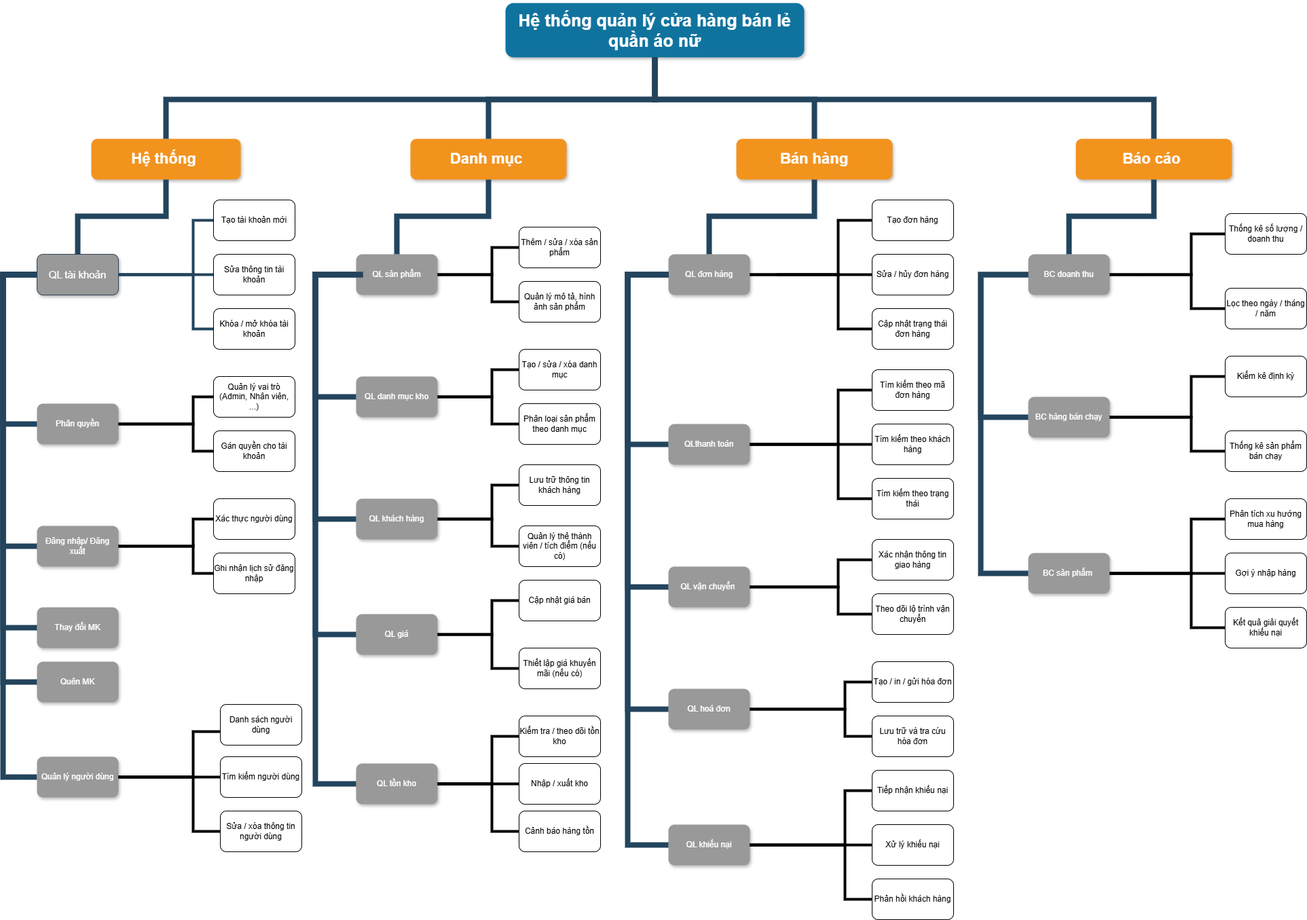
Before: clothesShop.drawio.png, a diagram exported from draw.io (Vulien/Diagram). Source tidied: cells renumbered, new cells last; positions are measured from the earlier drawing's top-left corner, leaving out a move shared by most shapes.
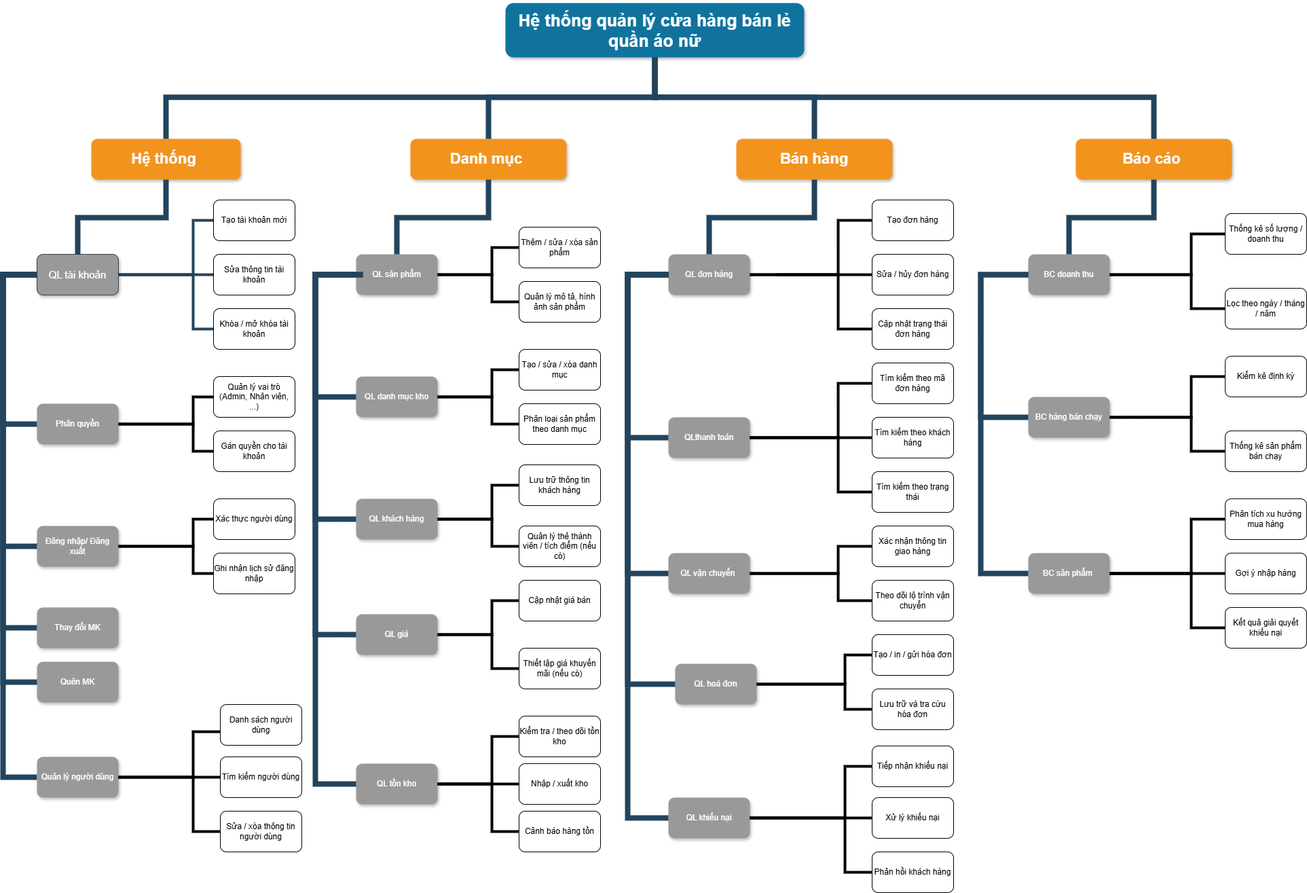
Above is the later version.

Diff of the diagram source:
```diff
@@ -132,13 +132,13 @@
       <mxGeometry x="1080" y="370" width="120" height="60" as="geometry" />
     </mxCell>
     <mxCell id="27" value="QLthanh toán" style="whiteSpace=wrap;rounded=1;fillColor=#999999;strokeColor=none;shadow=1;fontColor=#FFFFFF;fontStyle=0;" parent="1" vertex="1">
-      <mxGeometry x="1080" y="620" width="120" height="60" as="geometry" />
+      <mxGeometry x="1080" y="610" width="120" height="60" as="geometry" />
     </mxCell>
     <mxCell id="28" value="QL vận chuyển " style="whiteSpace=wrap;rounded=1;fillColor=#999999;strokeColor=none;shadow=1;fontColor=#FFFFFF;fontStyle=0;" parent="1" vertex="1">
-      <mxGeometry x="1080" y="830" width="120" height="60" as="geometry" />
+      <mxGeometry x="1080" y="810" width="120" height="60" as="geometry" />
     </mxCell>
     <mxCell id="29" value="QL hoá đơn" style="whiteSpace=wrap;rounded=1;fillColor=#999999;strokeColor=none;shadow=1;fontColor=#FFFFFF;fontStyle=0;" parent="1" vertex="1">
-      <mxGeometry x="1080" y="1010" width="120" height="60" as="geometry" />
+      <mxGeometry x="1090" y="973" width="120" height="60" as="geometry" />
     </mxCell>
     <mxCell id="30" style="edgeStyle=elbowEdgeStyle;elbow=horizontal;rounded=0;fontColor=#000000;endArrow=none;endFill=0;strokeWidth=8;strokeColor=#23445D;" parent="1" edge="1" source="26" target="28">
       <mxGeometry relative="1" as="geometry">
@@ -492,13 +492,13 @@
       <mxGeometry x="1380" y="450" width="120" height="60" as="geometry" />
     </mxCell>
     <mxCell id="96" value="Tìm kiếm theo mã đơn hàng" style="rounded=1;whiteSpace=wrap;html=1;" parent="1" vertex="1">
-      <mxGeometry x="1380" y="540" width="120" height="60" as="geometry" />
+      <mxGeometry x="1380" y="530" width="120" height="60" as="geometry" />
     </mxCell>
     <mxCell id="97" value="Tìm kiếm theo khách hàng" style="rounded=1;whiteSpace=wrap;html=1;" parent="1" vertex="1">
-      <mxGeometry x="1380" y="620" width="120" height="60" as="geometry" />
+      <mxGeometry x="1380" y="610" width="120" height="60" as="geometry" />
     </mxCell>
     <mxCell id="98" value="Tìm kiếm theo trạng thái" style="rounded=1;whiteSpace=wrap;html=1;" parent="1" vertex="1">
-      <mxGeometry x="1380" y="700" width="120" height="60" as="geometry" />
+      <mxGeometry x="1380" y="690" width="120" height="60" as="geometry" />
     </mxCell>
     <mxCell id="99" style="endArrow=none;html=1;rounded=0;exitX=1;exitY=0.5;exitDx=0;exitDy=0;entryX=0;entryY=0.5;entryDx=0;entryDy=0;strokeWidth=4;" parent="1" edge="1" source="27" target="97">
       <mxGeometry relative="1" as="geometry" />
@@ -506,60 +506,60 @@
     <mxCell id="100" style="endArrow=none;html=1;rounded=0;strokeWidth=4;exitX=1;exitY=0.5;exitDx=0;exitDy=0;entryX=0;entryY=0.5;entryDx=0;entryDy=0;" parent="1" edge="1" source="27" target="96">
       <mxGeometry relative="1" as="geometry">
         <Array as="points">
-          <mxPoint x="1330" y="650" />
-          <mxPoint x="1330" y="570" />
+          <mxPoint x="1330" y="640" />
+          <mxPoint x="1330" y="560" />
         </Array>
       </mxGeometry>
     </mxCell>
     <mxCell id="101" style="endArrow=none;html=1;rounded=0;strokeWidth=4;exitX=1;exitY=0.5;exitDx=0;exitDy=0;entryX=0;entryY=0.5;entryDx=0;entryDy=0;" parent="1" edge="1" source="27" target="98">
       <mxGeometry relative="1" as="geometry">
         <Array as="points">
-          <mxPoint x="1330" y="650" />
-          <mxPoint x="1330" y="730" />
+          <mxPoint x="1330" y="640" />
+          <mxPoint x="1330" y="720" />
         </Array>
       </mxGeometry>
     </mxCell>
     <mxCell id="102" value="Xác nhận thông tin giao hàng" style="rounded=1;whiteSpace=wrap;html=1;" parent="1" vertex="1">
-      <mxGeometry x="1380" y="790" width="120" height="60" as="geometry" />
+      <mxGeometry x="1380" y="770" width="120" height="60" as="geometry" />
     </mxCell>
     <mxCell id="103" value="Theo dõi lộ trình vận chuyển" style="rounded=1;whiteSpace=wrap;html=1;" parent="1" vertex="1">
-      <mxGeometry x="1380" y="870" width="120" height="60" as="geometry" />
+      <mxGeometry x="1380" y="850" width="120" height="60" as="geometry" />
     </mxCell>
     <mxCell id="104" value="Tạo / in / gửi hóa đơn" style="rounded=1;whiteSpace=wrap;html=1;" parent="1" vertex="1">
-      <mxGeometry x="1380" y="970" width="120" height="60" as="geometry" />
+      <mxGeometry x="1380" y="930" width="120" height="60" as="geometry" />
     </mxCell>
     <mxCell id="105" value="Lưu trữ và tra cứu hóa đơn" style="rounded=1;whiteSpace=wrap;html=1;" parent="1" vertex="1">
-      <mxGeometry x="1380" y="1050" width="120" height="60" as="geometry" />
+      <mxGeometry x="1380" y="1010" width="120" height="60" as="geometry" />
     </mxCell>
     <mxCell id="106" style="endArrow=none;html=1;rounded=0;exitX=1;exitY=0.5;exitDx=0;exitDy=0;entryX=0;entryY=0.5;entryDx=0;entryDy=0;strokeWidth=4;" parent="1" edge="1" source="28" target="102">
       <mxGeometry relative="1" as="geometry">
         <Array as="points">
-          <mxPoint x="1330" y="860" />
-          <mxPoint x="1330" y="820" />
+          <mxPoint x="1330" y="840" />
+          <mxPoint x="1330" y="800" />
         </Array>
       </mxGeometry>
     </mxCell>
     <mxCell id="107" style="endArrow=none;html=1;rounded=0;entryX=0;entryY=0.5;entryDx=0;entryDy=0;strokeWidth=4;exitX=1;exitY=0.5;exitDx=0;exitDy=0;" parent="1" edge="1" source="28" target="103">
       <mxGeometry relative="1" as="geometry">
         <Array as="points">
-          <mxPoint x="1330" y="860" />
-          <mxPoint x="1330" y="900" />
+          <mxPoint x="1330" y="840" />
+          <mxPoint x="1330" y="880" />
         </Array>
       </mxGeometry>
     </mxCell>
     <mxCell id="108" style="endArrow=none;html=1;rounded=0;entryX=0;entryY=0.5;entryDx=0;entryDy=0;strokeWidth=4;exitX=1;exitY=0.5;exitDx=0;exitDy=0;" parent="1" edge="1" source="29" target="104">
       <mxGeometry relative="1" as="geometry">
         <Array as="points">
-          <mxPoint x="1340" y="1040" />
-          <mxPoint x="1340" y="1000" />
+          <mxPoint x="1340" y="1003" />
+          <mxPoint x="1340" y="960" />
         </Array>
       </mxGeometry>
     </mxCell>
     <mxCell id="109" style="endArrow=none;html=1;rounded=0;entryX=0;entryY=0.5;entryDx=0;entryDy=0;strokeWidth=4;exitX=1;exitY=0.5;exitDx=0;exitDy=0;" parent="1" edge="1" source="29" target="105">
       <mxGeometry relative="1" as="geometry">
         <Array as="points">
+          <mxPoint x="1340" y="1003" />
           <mxPoint x="1340" y="1040" />
-          <mxPoint x="1340" y="1080" />
         </Array>
       </mxGeometry>
     </mxCell>
@@ -625,7 +625,7 @@
       <mxGeometry x="1900" y="810" width="120" height="60" as="geometry" />
     </mxCell>
     <mxCell id="122" value="QL khiếu nại" style="whiteSpace=wrap;rounded=1;fillColor=#999999;strokeColor=none;shadow=1;fontColor=#FFFFFF;fontStyle=0;" parent="1" vertex="1">
-      <mxGeometry x="1080" y="1210" width="120" height="60" as="geometry" />
+      <mxGeometry x="1080" y="1170" width="120" height="60" as="geometry" />
     </mxCell>
     <mxCell id="123" style="edgeStyle=orthogonalEdgeStyle;rounded=0;orthogonalLoop=1;jettySize=auto;html=1;exitX=0.5;exitY=1;exitDx=0;exitDy=0;" parent="1" edge="1" source="104" target="104">
       <mxGeometry relative="1" as="geometry" />
@@ -640,13 +640,13 @@
       </mxGeometry>
     </mxCell>
     <mxCell id="125" value="Tiếp nhận khiếu nại" style="rounded=1;whiteSpace=wrap;html=1;" parent="1" vertex="1">
-      <mxGeometry x="1380" y="1130" width="120" height="60" as="geometry" />
+      <mxGeometry x="1380" y="1094" width="120" height="60" as="geometry" />
     </mxCell>
     <mxCell id="126" value="Xử lý khiếu nại" style="rounded=1;whiteSpace=wrap;html=1;" parent="1" vertex="1">
-      <mxGeometry x="1380" y="1210" width="120" height="60" as="geometry" />
+      <mxGeometry x="1380" y="1170" width="120" height="60" as="geometry" />
     </mxCell>
     <mxCell id="127" value="Phản hồi khách hàng" style="rounded=1;whiteSpace=wrap;html=1;" parent="1" vertex="1">
-      <mxGeometry x="1380" y="1290" width="120" height="60" as="geometry" />
+      <mxGeometry x="1380" y="1250" width="120" height="60" as="geometry" />
     </mxCell>
     <mxCell id="128" value="Kết quả giải quyết khiếu nại" style="rounded=1;whiteSpace=wrap;html=1;" parent="1" vertex="1">
       <mxGeometry x="1900" y="890" width="120" height="60" as="geometry" />
@@ -662,24 +662,23 @@
     <mxCell id="130" style="endArrow=none;html=1;rounded=0;entryX=0;entryY=0.5;entryDx=0;entryDy=0;strokeWidth=4;exitX=1;exitY=0.5;exitDx=0;exitDy=0;" parent="1" edge="1" source="122" target="125">
       <mxGeometry relative="1" as="geometry">
         <Array as="points">
-          <mxPoint x="1340" y="1240" />
-          <mxPoint x="1340" y="1160" />
+          <mxPoint x="1340" y="1200" />
+          <mxPoint x="1340" y="1124" />
         </Array>
       </mxGeometry>
     </mxCell>
     <mxCell id="131" style="endArrow=none;html=1;rounded=0;entryX=0;entryY=0.5;entryDx=0;entryDy=0;strokeWidth=4;exitX=1;exitY=0.5;exitDx=0;exitDy=0;" parent="1" edge="1" source="122" target="127">
       <mxGeometry relative="1" as="geometry">
         <Array as="points">
-          <mxPoint x="1340" y="1240" />
-          <mxPoint x="1340" y="1320" />
+          <mxPoint x="1340" y="1200" />
+          <mxPoint x="1340" y="1280" />
         </Array>
       </mxGeometry>
     </mxCell>
-    <mxCell id="132" style="endArrow=none;html=1;rounded=0;strokeWidth=4;entryX=0;entryY=0.5;entryDx=0;entryDy=0;" parent="1" edge="1" target="126">
+    <mxCell id="132" style="endArrow=none;html=1;rounded=0;strokeWidth=4;entryX=0;entryY=0.5;entryDx=0;entryDy=0;exitX=1;exitY=0.5;exitDx=0;exitDy=0;" parent="1" edge="1" source="122" target="126">
       <mxGeometry relative="1" as="geometry">
-        <mxPoint x="1200" y="1240" as="sourcePoint" />
         <Array as="points">
-          <mxPoint x="1340" y="1240" />
+          <mxPoint x="1340" y="1200" />
         </Array>
       </mxGeometry>
     </mxCell>
```
